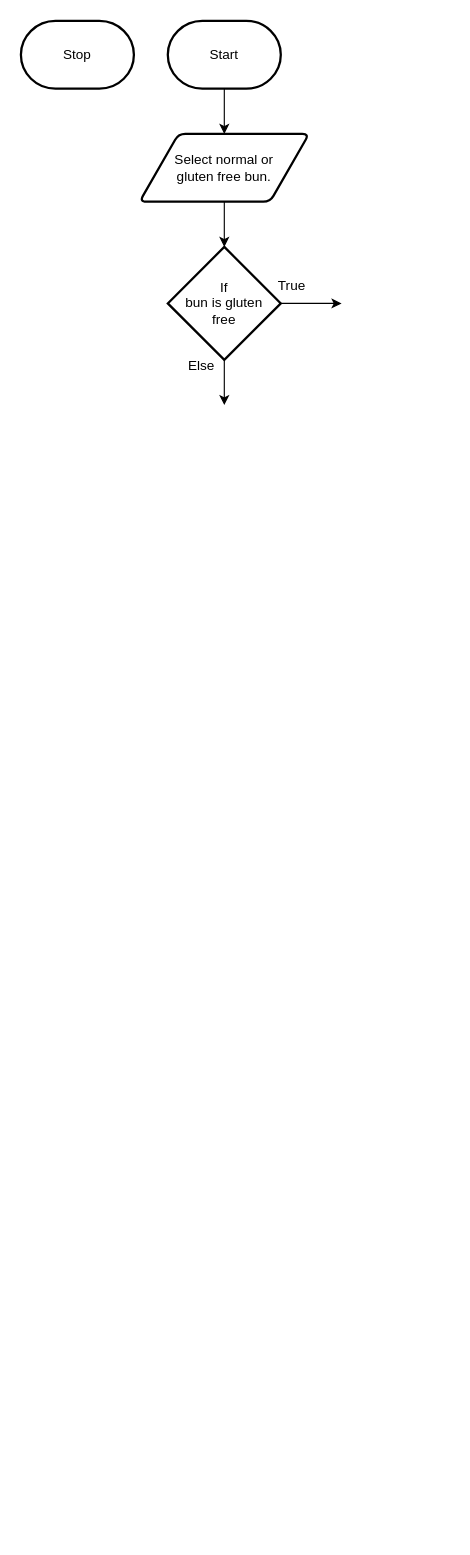
Before: design/flowchart.drawio in MTHS-ICD2O-1-2023/ICD2O-Assignment-04-Adam-Batiuk, a draw.io diagram. Source tidied: cells renumbered, new cells numbered last; positions are measured from the earlier drawing's top-left corner, leaving out a move shared by most shapes. Both pictures are drawn from the tidied source at 113%, with x=0, y=0 at pixel (20, 20).
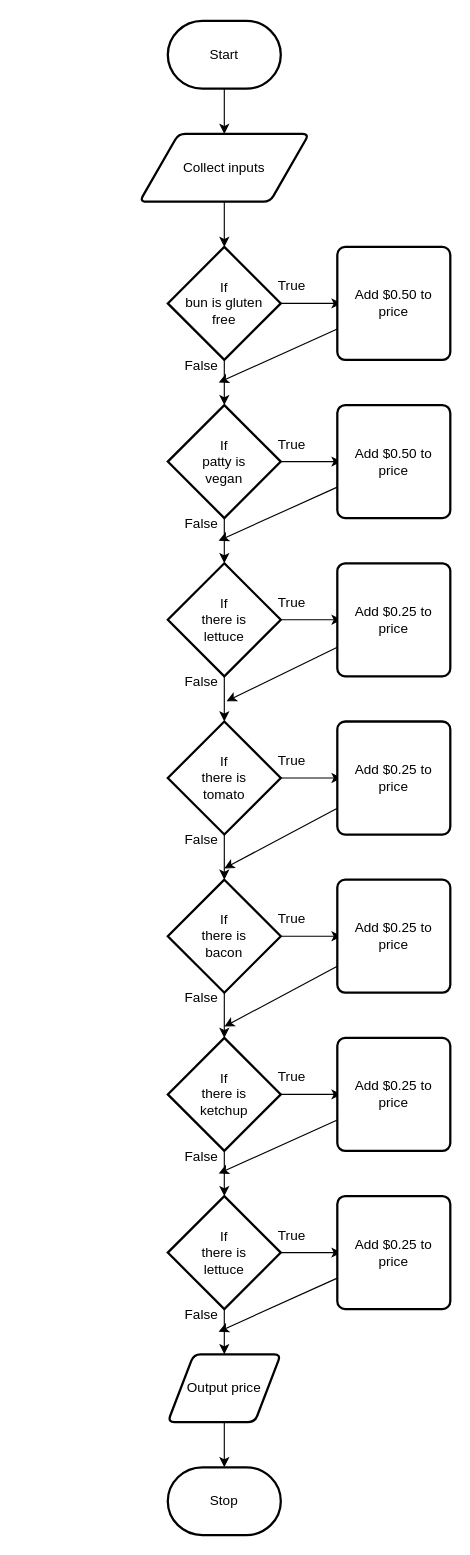
After the change.

What changed in the source:
```diff
@@
     <mxCell id="4" value="Stop" style="strokeWidth=2;html=1;shape=mxgraph.flowchart.terminator;whiteSpace=wrap;" parent="1" vertex="1">
-      <mxGeometry width="100" height="60" as="geometry" />
+      <mxGeometry x="130" y="1280" width="100" height="60" as="geometry" />
     </mxCell>
@@
-    <mxCell id="6" value="Select normal or &lt;br&gt;gluten free bun." style="shape=parallelogram;html=1;strokeWidth=2;perimeter=parallelogramPerimeter;whiteSpace=wrap;rounded=1;arcSize=12;size=0.23;" parent="1" vertex="1">
+    <mxCell id="6" value="Collect inputs" style="shape=parallelogram;html=1;strokeWidth=2;perimeter=parallelogramPerimeter;whiteSpace=wrap;rounded=1;arcSize=12;size=0.23;" parent="1" vertex="1">
       <mxGeometry x="105" y="100" width="150" height="60" as="geometry" />
     </mxCell>
@@
-    <mxCell id="11" value="Else" style="text;html=1;strokeColor=none;fillColor=none;align=center;verticalAlign=middle;whiteSpace=wrap;rounded=0;" parent="1" vertex="1">
+    <mxCell id="11" value="False" style="text;html=1;strokeColor=none;fillColor=none;align=center;verticalAlign=middle;whiteSpace=wrap;rounded=0;" parent="1" vertex="1">
       <mxGeometry x="130" y="290" width="60" height="30" as="geometry" />
     </mxCell>
+    <mxCell id="12" style="edgeStyle=none;html=1;" parent="1" edge="1" source="14">
+      <mxGeometry relative="1" as="geometry">
+        <mxPoint x="283.8" y="390" as="targetPoint" />
+      </mxGeometry>
+    </mxCell>
+    <mxCell id="13" style="edgeStyle=none;html=1;" parent="1" edge="1" source="14">
+      <mxGeometry relative="1" as="geometry">
+        <mxPoint x="180" y="480" as="targetPoint" />
+      </mxGeometry>
+    </mxCell>
+    <mxCell id="14" value="If&lt;br&gt;patty is &lt;br&gt;vegan" style="strokeWidth=2;html=1;shape=mxgraph.flowchart.decision;whiteSpace=wrap;" parent="1" vertex="1">
+      <mxGeometry x="130" y="340" width="100" height="100" as="geometry" />
+    </mxCell>
+    <mxCell id="15" value="True" style="text;html=1;strokeColor=none;fillColor=none;align=center;verticalAlign=middle;whiteSpace=wrap;rounded=0;" parent="1" vertex="1">
+      <mxGeometry x="210" y="360" width="60" height="30" as="geometry" />
+    </mxCell>
+    <mxCell id="16" value="False" style="text;html=1;strokeColor=none;fillColor=none;align=center;verticalAlign=middle;whiteSpace=wrap;rounded=0;" parent="1" vertex="1">
+      <mxGeometry x="130" y="430" width="60" height="30" as="geometry" />
+    </mxCell>
+    <mxCell id="17" style="edgeStyle=none;html=1;" parent="1" edge="1" source="19">
+      <mxGeometry relative="1" as="geometry">
+        <mxPoint x="283.8" y="530" as="targetPoint" />
+      </mxGeometry>
+    </mxCell>
+    <mxCell id="18" style="edgeStyle=none;html=1;" parent="1" edge="1" source="19">
+      <mxGeometry relative="1" as="geometry">
+        <mxPoint x="180" y="620" as="targetPoint" />
+      </mxGeometry>
+    </mxCell>
+    <mxCell id="19" value="If&lt;br&gt;there is&lt;br&gt;lettuce" style="strokeWidth=2;html=1;shape=mxgraph.flowchart.decision;whiteSpace=wrap;" parent="1" vertex="1">
+      <mxGeometry x="130" y="480" width="100" height="100" as="geometry" />
+    </mxCell>
+    <mxCell id="20" value="True" style="text;html=1;strokeColor=none;fillColor=none;align=center;verticalAlign=middle;whiteSpace=wrap;rounded=0;" parent="1" vertex="1">
+      <mxGeometry x="210" y="500" width="60" height="30" as="geometry" />
+    </mxCell>
+    <mxCell id="21" value="False" style="text;html=1;strokeColor=none;fillColor=none;align=center;verticalAlign=middle;whiteSpace=wrap;rounded=0;" parent="1" vertex="1">
+      <mxGeometry x="130" y="570" width="60" height="30" as="geometry" />
+    </mxCell>
+    <mxCell id="22" style="edgeStyle=none;html=1;" parent="1" edge="1" source="24">
+      <mxGeometry relative="1" as="geometry">
+        <mxPoint x="283.8" y="670" as="targetPoint" />
+      </mxGeometry>
+    </mxCell>
+    <mxCell id="23" style="edgeStyle=none;html=1;" parent="1" edge="1" source="24">
+      <mxGeometry relative="1" as="geometry">
+        <mxPoint x="180" y="760" as="targetPoint" />
+      </mxGeometry>
+    </mxCell>
+    <mxCell id="24" value="If&lt;br&gt;there is&lt;br&gt;tomato" style="strokeWidth=2;html=1;shape=mxgraph.flowchart.decision;whiteSpace=wrap;" parent="1" vertex="1">
+      <mxGeometry x="130" y="620" width="100" height="100" as="geometry" />
+    </mxCell>
+    <mxCell id="25" value="True" style="text;html=1;strokeColor=none;fillColor=none;align=center;verticalAlign=middle;whiteSpace=wrap;rounded=0;" parent="1" vertex="1">
+      <mxGeometry x="210" y="640" width="60" height="30" as="geometry" />
+    </mxCell>
+    <mxCell id="26" value="False" style="text;html=1;strokeColor=none;fillColor=none;align=center;verticalAlign=middle;whiteSpace=wrap;rounded=0;" parent="1" vertex="1">
+      <mxGeometry x="130" y="710" width="60" height="30" as="geometry" />
+    </mxCell>
+    <mxCell id="27" style="edgeStyle=none;html=1;" parent="1" edge="1" source="29">
+      <mxGeometry relative="1" as="geometry">
+        <mxPoint x="283.8" y="810" as="targetPoint" />
+      </mxGeometry>
+    </mxCell>
+    <mxCell id="28" style="edgeStyle=none;html=1;" parent="1" edge="1" source="29">
+      <mxGeometry relative="1" as="geometry">
+        <mxPoint x="180" y="900" as="targetPoint" />
+      </mxGeometry>
+    </mxCell>
+    <mxCell id="29" value="If&lt;br&gt;there is&lt;br&gt;bacon" style="strokeWidth=2;html=1;shape=mxgraph.flowchart.decision;whiteSpace=wrap;" parent="1" vertex="1">
+      <mxGeometry x="130" y="760" width="100" height="100" as="geometry" />
+    </mxCell>
+    <mxCell id="30" value="True" style="text;html=1;strokeColor=none;fillColor=none;align=center;verticalAlign=middle;whiteSpace=wrap;rounded=0;" parent="1" vertex="1">
+      <mxGeometry x="210" y="780" width="60" height="30" as="geometry" />
+    </mxCell>
+    <mxCell id="31" value="False" style="text;html=1;strokeColor=none;fillColor=none;align=center;verticalAlign=middle;whiteSpace=wrap;rounded=0;" parent="1" vertex="1">
+      <mxGeometry x="130" y="850" width="60" height="30" as="geometry" />
+    </mxCell>
+    <mxCell id="32" style="edgeStyle=none;html=1;" parent="1" edge="1" source="34">
+      <mxGeometry relative="1" as="geometry">
+        <mxPoint x="283.8" y="950" as="targetPoint" />
+      </mxGeometry>
+    </mxCell>
+    <mxCell id="33" style="edgeStyle=none;html=1;" parent="1" edge="1" source="34">
+      <mxGeometry relative="1" as="geometry">
+        <mxPoint x="180" y="1040" as="targetPoint" />
+      </mxGeometry>
+    </mxCell>
+    <mxCell id="34" value="If&lt;br&gt;there is&lt;br&gt;ketchup" style="strokeWidth=2;html=1;shape=mxgraph.flowchart.decision;whiteSpace=wrap;" parent="1" vertex="1">
+      <mxGeometry x="130" y="900" width="100" height="100" as="geometry" />
+    </mxCell>
+    <mxCell id="35" value="True" style="text;html=1;strokeColor=none;fillColor=none;align=center;verticalAlign=middle;whiteSpace=wrap;rounded=0;" parent="1" vertex="1">
+      <mxGeometry x="210" y="920" width="60" height="30" as="geometry" />
+    </mxCell>
+    <mxCell id="36" value="False" style="text;html=1;strokeColor=none;fillColor=none;align=center;verticalAlign=middle;whiteSpace=wrap;rounded=0;" parent="1" vertex="1">
+      <mxGeometry x="130" y="990" width="60" height="30" as="geometry" />
+    </mxCell>
+    <mxCell id="37" style="edgeStyle=none;html=1;" parent="1" edge="1" source="39">
+      <mxGeometry relative="1" as="geometry">
+        <mxPoint x="283.8" y="1090" as="targetPoint" />
+      </mxGeometry>
+    </mxCell>
+    <mxCell id="38" style="edgeStyle=none;html=1;" parent="1" edge="1" source="39">
+      <mxGeometry relative="1" as="geometry">
+        <mxPoint x="180" y="1180" as="targetPoint" />
+      </mxGeometry>
+    </mxCell>
+    <mxCell id="39" value="If&lt;br&gt;there is&lt;br&gt;lettuce" style="strokeWidth=2;html=1;shape=mxgraph.flowchart.decision;whiteSpace=wrap;" parent="1" vertex="1">
+      <mxGeometry x="130" y="1040" width="100" height="100" as="geometry" />
+    </mxCell>
+    <mxCell id="40" value="True" style="text;html=1;strokeColor=none;fillColor=none;align=center;verticalAlign=middle;whiteSpace=wrap;rounded=0;" parent="1" vertex="1">
+      <mxGeometry x="210" y="1060" width="60" height="30" as="geometry" />
+    </mxCell>
+    <mxCell id="41" value="False" style="text;html=1;strokeColor=none;fillColor=none;align=center;verticalAlign=middle;whiteSpace=wrap;rounded=0;" parent="1" vertex="1">
+      <mxGeometry x="130" y="1130" width="60" height="30" as="geometry" />
+    </mxCell>
+    <mxCell id="42" style="edgeStyle=elbowEdgeStyle;html=1;" parent="1" edge="1" source="43" target="4">
+      <mxGeometry relative="1" as="geometry" />
+    </mxCell>
+    <mxCell id="43" value="Output price" style="shape=parallelogram;html=1;strokeWidth=2;perimeter=parallelogramPerimeter;whiteSpace=wrap;rounded=1;arcSize=12;size=0.23;" parent="1" vertex="1">
+      <mxGeometry x="130" y="1180" width="100" height="60" as="geometry" />
+    </mxCell>
+    <mxCell id="44" style="edgeStyle=none;html=1;entryX=0.75;entryY=1;entryDx=0;entryDy=0;" parent="1" edge="1" source="45" target="11">
+      <mxGeometry relative="1" as="geometry" />
+    </mxCell>
+    <mxCell id="45" value="Add $0.50 to &lt;br&gt;price" style="rounded=1;whiteSpace=wrap;html=1;absoluteArcSize=1;arcSize=14;strokeWidth=2;" parent="1" vertex="1">
+      <mxGeometry x="280" y="200" width="100" height="100" as="geometry" />
+    </mxCell>
+    <mxCell id="46" style="edgeStyle=none;html=1;entryX=0.75;entryY=1;entryDx=0;entryDy=0;" parent="1" edge="1" source="47" target="16">
+      <mxGeometry relative="1" as="geometry" />
+    </mxCell>
+    <mxCell id="47" value="&lt;div&gt;Add $0.50 to&lt;/div&gt;&lt;div&gt;price&lt;/div&gt;" style="rounded=1;whiteSpace=wrap;html=1;absoluteArcSize=1;arcSize=14;strokeWidth=2;" parent="1" vertex="1">
+      <mxGeometry x="280" y="340" width="100" height="100" as="geometry" />
+    </mxCell>
+    <mxCell id="48" style="edgeStyle=none;html=1;entryX=0.867;entryY=1.067;entryDx=0;entryDy=0;entryPerimeter=0;" parent="1" edge="1" source="49" target="21">
+      <mxGeometry relative="1" as="geometry" />
+    </mxCell>
+    <mxCell id="49" value="&lt;div&gt;Add $0.25 to&lt;/div&gt;&lt;div&gt;price&lt;/div&gt;" style="rounded=1;whiteSpace=wrap;html=1;absoluteArcSize=1;arcSize=14;strokeWidth=2;" parent="1" vertex="1">
+      <mxGeometry x="280" y="480" width="100" height="100" as="geometry" />
+    </mxCell>
+    <mxCell id="50" style="edgeStyle=none;html=1;" parent="1" edge="1" source="51">
+      <mxGeometry relative="1" as="geometry">
+        <mxPoint x="180" y="750" as="targetPoint" />
+      </mxGeometry>
+    </mxCell>
+    <mxCell id="51" value="&lt;div&gt;Add $0.25 to&lt;/div&gt;&lt;div&gt;price&lt;/div&gt;" style="rounded=1;whiteSpace=wrap;html=1;absoluteArcSize=1;arcSize=14;strokeWidth=2;" parent="1" vertex="1">
+      <mxGeometry x="280" y="620" width="100" height="100" as="geometry" />
+    </mxCell>
+    <mxCell id="52" style="edgeStyle=none;html=1;" parent="1" edge="1" source="53">
+      <mxGeometry relative="1" as="geometry">
+        <mxPoint x="180" y="890" as="targetPoint" />
+      </mxGeometry>
+    </mxCell>
+    <mxCell id="53" value="&lt;div&gt;Add $0.25 to&lt;/div&gt;&lt;div&gt;price&lt;/div&gt;" style="rounded=1;whiteSpace=wrap;html=1;absoluteArcSize=1;arcSize=14;strokeWidth=2;" parent="1" vertex="1">
+      <mxGeometry x="280" y="760" width="100" height="100" as="geometry" />
+    </mxCell>
+    <mxCell id="54" style="edgeStyle=none;html=1;entryX=0.75;entryY=1;entryDx=0;entryDy=0;" parent="1" edge="1" source="55" target="36">
+      <mxGeometry relative="1" as="geometry" />
+    </mxCell>
+    <mxCell id="55" value="&lt;div&gt;Add $0.25 to&lt;/div&gt;&lt;div&gt;price&lt;/div&gt;" style="rounded=1;whiteSpace=wrap;html=1;absoluteArcSize=1;arcSize=14;strokeWidth=2;" parent="1" vertex="1">
+      <mxGeometry x="280" y="900" width="100" height="100" as="geometry" />
+    </mxCell>
+    <mxCell id="56" style="edgeStyle=none;html=1;entryX=0.75;entryY=1;entryDx=0;entryDy=0;" parent="1" edge="1" source="57" target="41">
+      <mxGeometry relative="1" as="geometry" />
+    </mxCell>
+    <mxCell id="57" value="&lt;div&gt;Add $0.25 to&lt;/div&gt;&lt;div&gt;price&lt;/div&gt;" style="rounded=1;whiteSpace=wrap;html=1;absoluteArcSize=1;arcSize=14;strokeWidth=2;" parent="1" vertex="1">
+      <mxGeometry x="280" y="1040" width="100" height="100" as="geometry" />
+    </mxCell>
```
